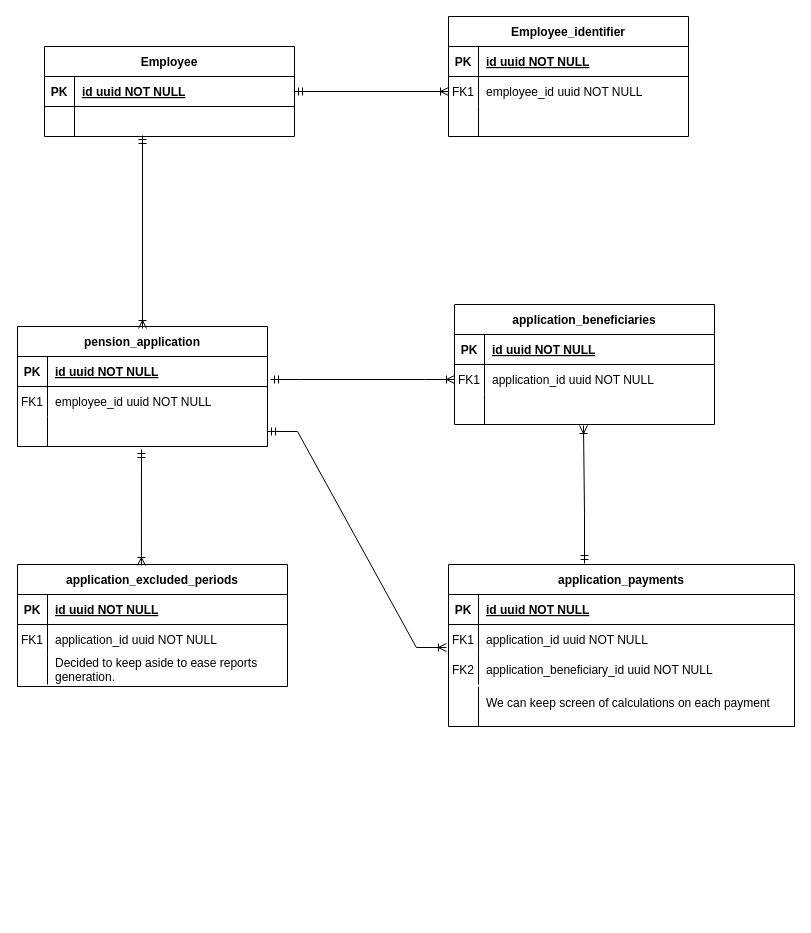
Earlier version of the draw.io diagram Imisanzu_V2_DB.drawio (batumutsu/imisanzu_v2_db). Source tidied: cells renumbered, new cells numbered last; positions are measured from the earlier drawing's top-left corner, leaving out a move shared by most shapes. Both pictures are drawn from the tidied source at 100%, with x=0, y=0 at pixel (17, 16).
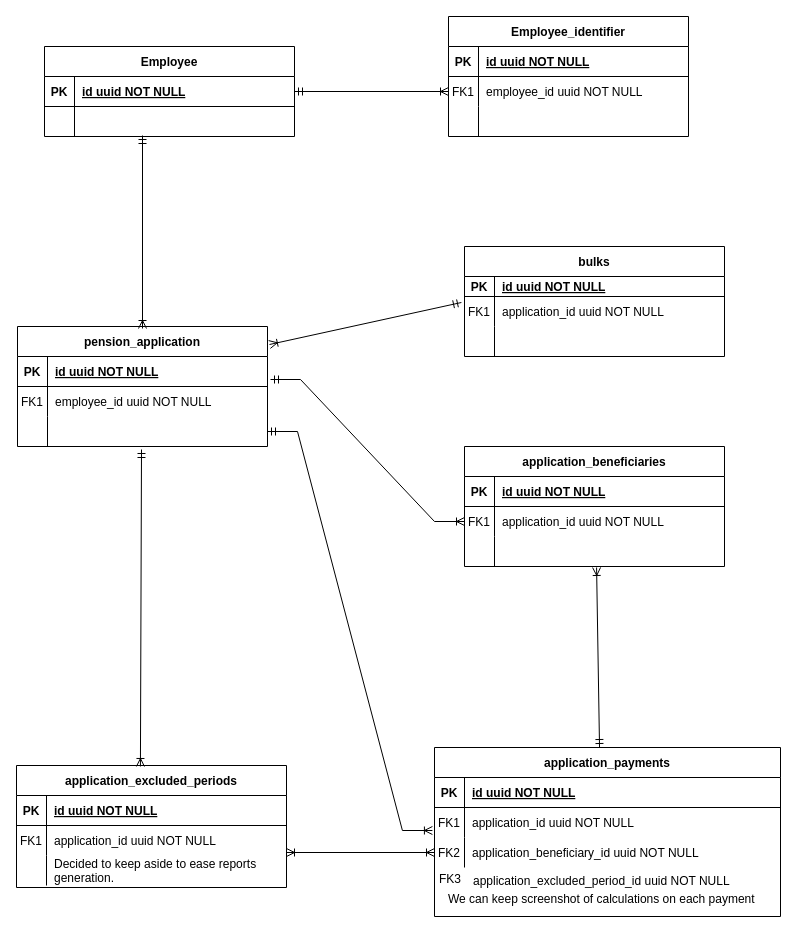
Above is the later version.

The change refers to these unchanged cells:
```xml
<mxCell id="12" value="pension_application" style="shape=table;startSize=30;childLayout=tableLayout;rowLines=0;fontStyle=1;align=center;" parent="1" vertex="1">
  <mxGeometry y="310" width="250" height="120" as="geometry" />
</mxCell>
<mxCell id="37" style="shape=partialRectangle;fillColor=none;points=[[0,0.5],[1,0.5]];portConstraint=eastwest;top=0;left=0;right=0;bottom=0;" parent="30" vertex="1">
  <mxGeometry y="90" width="260" height="30" as="geometry" />
</mxCell>
```

The edit, as a diff of the source:
```diff
@@
     <mxCell id="30" value="application_beneficiaries" style="shape=table;startSize=30;childLayout=tableLayout;rowLines=0;fontStyle=1;align=center;" parent="1" vertex="1">
-      <mxGeometry x="437" y="288" width="260" height="120" as="geometry" />
+      <mxGeometry x="447" y="430" width="260" height="120" as="geometry" />
     </mxCell>
@@
     <mxCell id="41" value="application_payments" style="shape=table;startSize=30;childLayout=tableLayout;rowLines=0;fontStyle=1;align=center;" parent="1" vertex="1">
-      <mxGeometry x="431" y="548" width="346" height="162" as="geometry" />
+      <mxGeometry x="417" y="731" width="346" height="169" as="geometry" />
     </mxCell>
@@
-    <mxCell id="51" style="fontSize=12;html=1;endArrow=ERoneToMany;startArrow=ERmandOne;rounded=0;entryX=0.496;entryY=1.133;entryDx=0;entryDy=0;entryPerimeter=0;" parent="1" edge="1">
-      <mxGeometry relative="1" as="geometry">
-        <mxPoint x="567" y="547" as="sourcePoint" />
-        <mxPoint x="566" y="409" as="targetPoint" />
-        <Array as="points">
-          <mxPoint x="567" y="497" />
-        </Array>
-      </mxGeometry>
+    <mxCell id="51" style="fontSize=12;html=1;endArrow=ERoneToMany;startArrow=ERmandOne;rounded=0;entryX=0.508;entryY=1.033;entryDx=0;entryDy=0;entryPerimeter=0;exitX=0.477;exitY=0;exitDx=0;exitDy=0;exitPerimeter=0;" parent="1" edge="1" source="41" target="37">
+      <mxGeometry relative="1" as="geometry" />
     </mxCell>
@@
     <mxCell id="53" value="application_excluded_periods" style="shape=table;startSize=30;childLayout=tableLayout;rowLines=0;fontStyle=1;align=center;" parent="1" vertex="1">
-      <mxGeometry y="548" width="270" height="122" as="geometry" />
+      <mxGeometry x="-1" y="749" width="270" height="122" as="geometry" />
     </mxCell>
@@
-    <mxCell id="65" value="We can keep screen of calculations on each payment" style="shape=partialRectangle;overflow=hidden;fillColor=none;top=0;left=0;bottom=0;right=0;align=left;spacingLeft=6;" parent="1" vertex="1">
-      <mxGeometry x="461" y="671" width="306" height="30" as="geometry" />
+    <mxCell id="65" value="We can keep screenshot of calculations on each payment" style="shape=partialRectangle;overflow=hidden;fillColor=none;top=0;left=0;bottom=0;right=0;align=left;spacingLeft=6;" parent="1" vertex="1">
+      <mxGeometry x="423" y="867" width="326" height="30" as="geometry" />
     </mxCell>
-    <mxCell id="66" style="endArrow=none;html=1;" parent="1" edge="1">
-      <mxGeometry relative="1" as="geometry">
-        <mxPoint x="461" y="710" as="sourcePoint" />
-        <mxPoint x="461" y="670" as="targetPoint" />
-      </mxGeometry>
-    </mxCell>
+    <mxCell id="67" value="bulks" style="shape=table;startSize=30;childLayout=tableLayout;rowLines=0;fontStyle=1;align=center;" parent="1" vertex="1">
+      <mxGeometry x="447" y="230" width="260" height="110" as="geometry" />
+    </mxCell>
+    <mxCell id="68" style="shape=partialRectangle;fillColor=none;top=0;left=0;right=0;bottom=1;" parent="67" vertex="1">
+      <mxGeometry y="30" width="260" height="20" as="geometry" />
+    </mxCell>
+    <mxCell id="69" value="PK" style="shape=partialRectangle;overflow=hidden;fillColor=none;top=0;left=0;bottom=0;right=0;fontStyle=1;" parent="68" vertex="1">
+      <mxGeometry width="30" height="20" as="geometry" />
+    </mxCell>
+    <mxCell id="70" value="id uuid NOT NULL " style="shape=partialRectangle;overflow=hidden;fillColor=none;top=0;left=0;bottom=0;right=0;align=left;spacingLeft=6;fontStyle=5;" parent="68" vertex="1">
+      <mxGeometry x="30" width="230" height="20" as="geometry" />
+    </mxCell>
+    <mxCell id="71" style="shape=partialRectangle;fillColor=none;points=[[0,0.5],[1,0.5]];portConstraint=eastwest;top=0;left=0;right=0;bottom=0;" parent="67" vertex="1">
+      <mxGeometry y="50" width="260" height="30" as="geometry" />
+    </mxCell>
+    <mxCell id="72" value="FK1" style="shape=partialRectangle;overflow=hidden;fillColor=none;top=0;left=0;bottom=0;right=0;" parent="71" vertex="1">
+      <mxGeometry width="30" height="30" as="geometry" />
+    </mxCell>
+    <mxCell id="73" value="application_id uuid NOT NULL" style="shape=partialRectangle;overflow=hidden;fillColor=none;top=0;left=0;bottom=0;right=0;align=left;spacingLeft=6;" parent="71" vertex="1">
+      <mxGeometry x="30" width="230" height="30" as="geometry" />
+    </mxCell>
+    <mxCell id="74" style="shape=partialRectangle;fillColor=none;top=0;left=0;right=0;bottom=0;" parent="67" vertex="1">
+      <mxGeometry y="80" width="260" height="30" as="geometry" />
+    </mxCell>
+    <mxCell id="75" style="shape=partialRectangle;overflow=hidden;fillColor=none;top=0;left=0;bottom=0;right=0;" parent="74" vertex="1">
+      <mxGeometry width="30" height="30" as="geometry" />
+    </mxCell>
+    <mxCell id="76" style="shape=partialRectangle;overflow=hidden;fillColor=none;top=0;left=0;bottom=0;right=0;align=left;spacingLeft=6;" parent="74" vertex="1">
+      <mxGeometry x="30" width="230" height="30" as="geometry" />
+    </mxCell>
+    <mxCell id="77" style="fontSize=12;html=1;endArrow=ERoneToMany;startArrow=ERmandOne;rounded=0;exitX=-0.012;exitY=0.2;exitDx=0;exitDy=0;exitPerimeter=0;entryX=1.008;entryY=0.15;entryDx=0;entryDy=0;entryPerimeter=0;" parent="1" edge="1" source="71" target="12">
+      <mxGeometry relative="1" as="geometry" />
+    </mxCell>
+    <mxCell id="78" style="fontSize=12;html=1;endArrow=ERoneToMany;startArrow=ERoneToMany;rounded=0;entryX=1;entryY=-0.067;entryDx=0;entryDy=0;startFill=0;entryPerimeter=0;" parent="1" edge="1">
+      <mxGeometry relative="1" as="geometry">
+        <mxPoint x="417" y="836" as="sourcePoint" />
+        <mxPoint x="269" y="836" as="targetPoint" />
+      </mxGeometry>
+    </mxCell>
+    <mxCell id="79" value="FK3" style="shape=partialRectangle;overflow=hidden;fillColor=none;top=0;left=0;bottom=0;right=0;" parent="1" vertex="1">
+      <mxGeometry x="418" y="847" width="30" height="30" as="geometry" />
+    </mxCell>
+    <mxCell id="80" value="application_excluded_period_id uuid NOT NULL" style="shape=partialRectangle;overflow=hidden;fillColor=none;top=0;left=0;bottom=0;right=0;align=left;spacingLeft=6;" parent="1" vertex="1">
+      <mxGeometry x="448" y="849" width="316" height="30" as="geometry" />
+    </mxCell>
```
